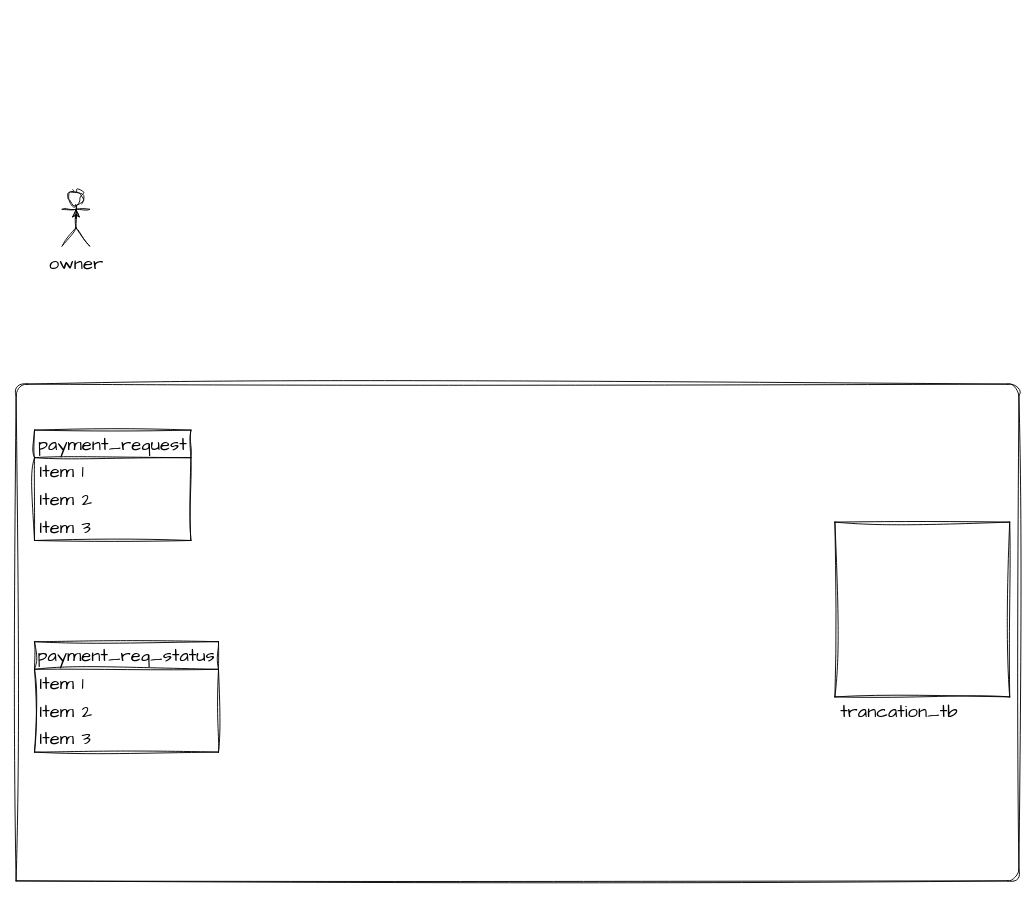
ShamimEnamul/system-design keeps this draw.io diagram as Untitled Diagram.drawio. Above is the earlier version. Source tidied: cells renumbered, new cells numbered last; positions are measured from the earlier drawing's top-left corner, leaving out a move shared by most shapes. Both pictures are drawn from the tidied source at 92%, with x=0, y=0 at pixel (16, 190).
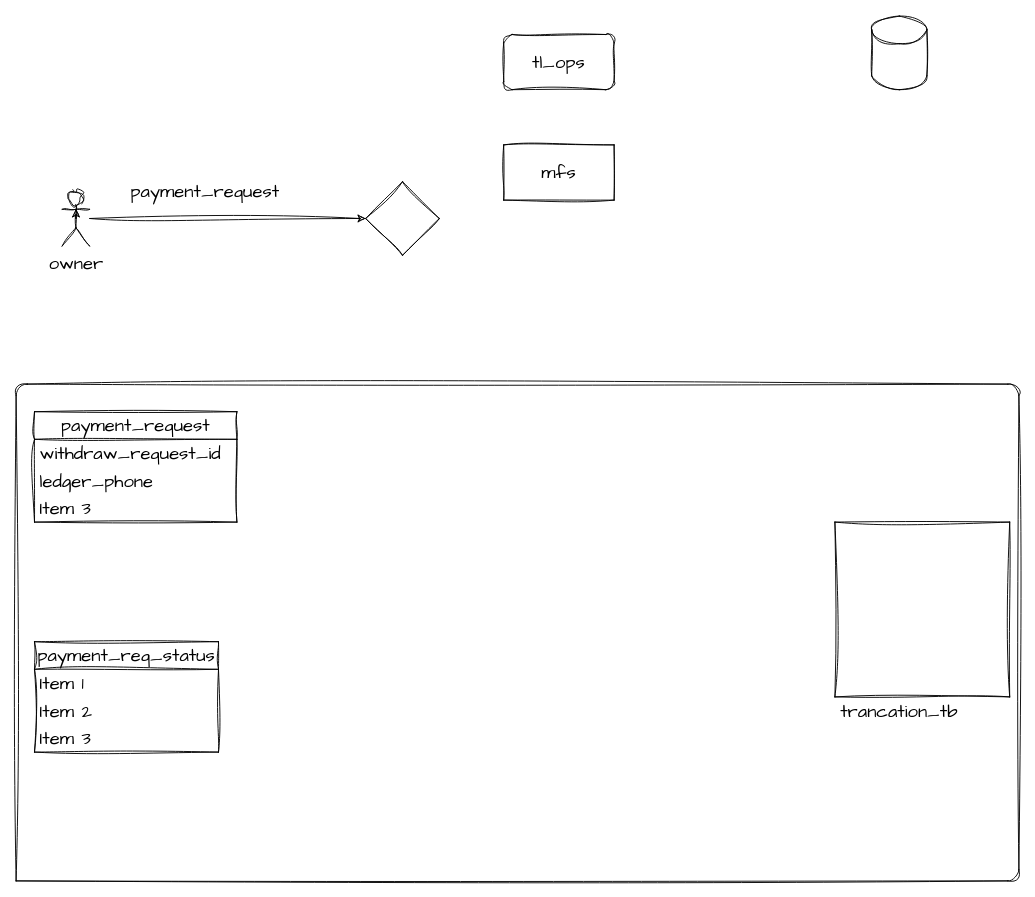
The same page after the edit.

Unchanged cells that the change refers to:
```xml
<mxCell id="13" value="owner" style="shape=umlActor;verticalLabelPosition=bottom;verticalAlign=top;html=1;outlineConnect=0;sketch=1;hachureGap=4;jiggle=2;curveFitting=1;fontFamily=Architects Daughter;fontSize=20;" parent="1" vertex="1">
  <mxGeometry x="50" width="30" height="60" as="geometry" />
</mxCell>
```

What changed in the source:
```diff
@@
     <mxCell id="5" value="payment_request" style="swimlane;fontStyle=0;horizontal=1;startSize=30;whiteSpace=wrap;html=1;sketch=1;hachureGap=4;jiggle=2;curveFitting=1;fontFamily=Architects Daughter;fontSize=20;" parent="1" vertex="1">
-      <mxGeometry x="20" y="260" width="170" height="120" as="geometry" />
+      <mxGeometry x="20" y="240" width="220" height="120" as="geometry" />
     </mxCell>
-    <mxCell id="6" value="Item 1" style="text;strokeColor=none;fillColor=none;align=left;verticalAlign=middle;spacingLeft=4;spacingRight=4;overflow=hidden;whiteSpace=wrap;html=1;fontSize=20;fontFamily=Architects Daughter;" parent="5" vertex="1">
-      <mxGeometry y="30" width="170" height="30" as="geometry" />
+    <mxCell id="6" value="withdraw_request_id" style="text;strokeColor=none;fillColor=none;align=left;verticalAlign=middle;spacingLeft=4;spacingRight=4;overflow=hidden;whiteSpace=wrap;html=1;fontSize=20;fontFamily=Architects Daughter;" parent="5" vertex="1">
+      <mxGeometry y="30" width="220" height="30" as="geometry" />
     </mxCell>
-    <mxCell id="7" value="Item 2" style="text;strokeColor=none;fillColor=none;align=left;verticalAlign=middle;spacingLeft=4;spacingRight=4;overflow=hidden;whiteSpace=wrap;html=1;fontSize=20;fontFamily=Architects Daughter;" parent="5" vertex="1">
-      <mxGeometry y="60" width="170" height="30" as="geometry" />
+    <mxCell id="7" value="ledger_phone" style="text;strokeColor=none;fillColor=none;align=left;verticalAlign=middle;spacingLeft=4;spacingRight=4;overflow=hidden;whiteSpace=wrap;html=1;fontSize=20;fontFamily=Architects Daughter;" parent="5" vertex="1">
+      <mxGeometry y="60" width="220" height="30" as="geometry" />
     </mxCell>
     <mxCell id="8" value="Item 3" style="text;strokeColor=none;fillColor=none;align=left;verticalAlign=middle;spacingLeft=4;spacingRight=4;overflow=hidden;whiteSpace=wrap;html=1;fontSize=20;fontFamily=Architects Daughter;" parent="5" vertex="1">
-      <mxGeometry y="90" width="170" height="30" as="geometry" />
+      <mxGeometry y="90" width="220" height="30" as="geometry" />
     </mxCell>
@@
+    <mxCell id="15" style="edgeStyle=orthogonalEdgeStyle;rounded=0;sketch=1;hachureGap=4;jiggle=2;curveFitting=1;jettySize=auto;html=1;fontFamily=Architects Daughter;fontSize=16;" parent="1" edge="1" source="13" target="16">
+      <mxGeometry relative="1" as="geometry" />
+    </mxCell>
@@
+    <mxCell id="16" style="rhombus;whiteSpace=wrap;html=1;sketch=1;hachureGap=4;jiggle=2;curveFitting=1;fontFamily=Architects Daughter;fontSize=20;" parent="1" vertex="1">
+      <mxGeometry x="380" y="-10" width="80" height="80" as="geometry" />
+    </mxCell>
+    <mxCell id="17" value="payment_request" style="text;html=1;align=center;verticalAlign=middle;strokeColor=none;fillColor=none;fontSize=20;fontFamily=Architects Daughter;" parent="1" vertex="1">
+      <mxGeometry x="110" y="-20" width="190" height="40" as="geometry" />
+    </mxCell>
+    <mxCell id="18" style="shape=cylinder3;whiteSpace=wrap;html=1;boundedLbl=1;backgroundOutline=1;size=15;sketch=1;hachureGap=4;jiggle=2;curveFitting=1;fontFamily=Architects Daughter;fontSize=20;" parent="1" vertex="1">
+      <mxGeometry x="930" y="-190" width="60" height="80" as="geometry" />
+    </mxCell>
+    <mxCell id="19" value="tl_ops" style="rounded=1;whiteSpace=wrap;html=1;sketch=1;hachureGap=4;jiggle=2;curveFitting=1;fontFamily=Architects Daughter;fontSize=20;" parent="1" vertex="1">
+      <mxGeometry x="530" y="-170" width="120" height="60" as="geometry" />
+    </mxCell>
+    <mxCell id="20" value="mfs" style="whiteSpace=wrap;html=1;sketch=1;hachureGap=4;jiggle=2;curveFitting=1;fontFamily=Architects Daughter;fontSize=20;" parent="1" vertex="1">
+      <mxGeometry x="530" y="-50" width="120" height="60" as="geometry" />
+    </mxCell>
```
